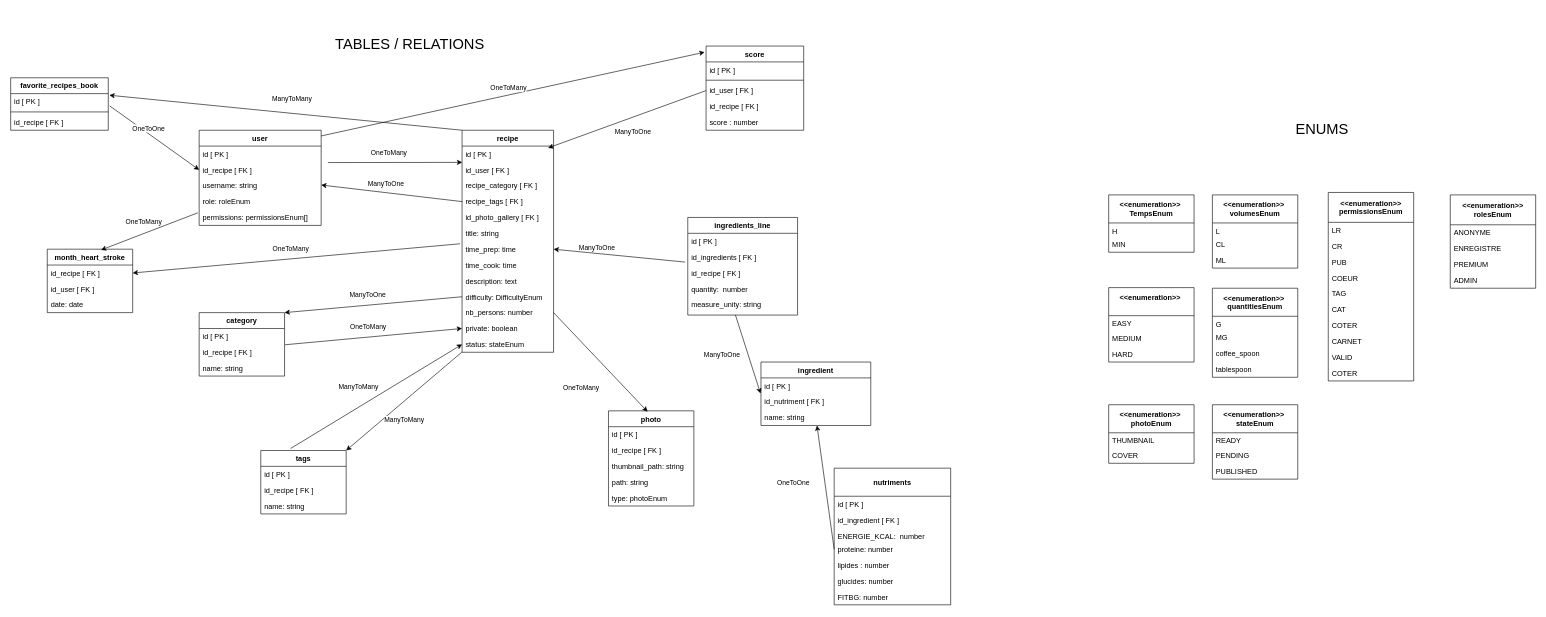
This is diagramme-recettes.drawio from Thomas088/diagramme-cuisine, a draw.io file, before an edit. Source tidied: cells renumbered, new cells numbered last; positions are measured from the earlier drawing's top-left corner, leaving out a move shared by most shapes. Both pictures are drawn from the tidied source at 61%, with x=0, y=0 at pixel (10, 10).
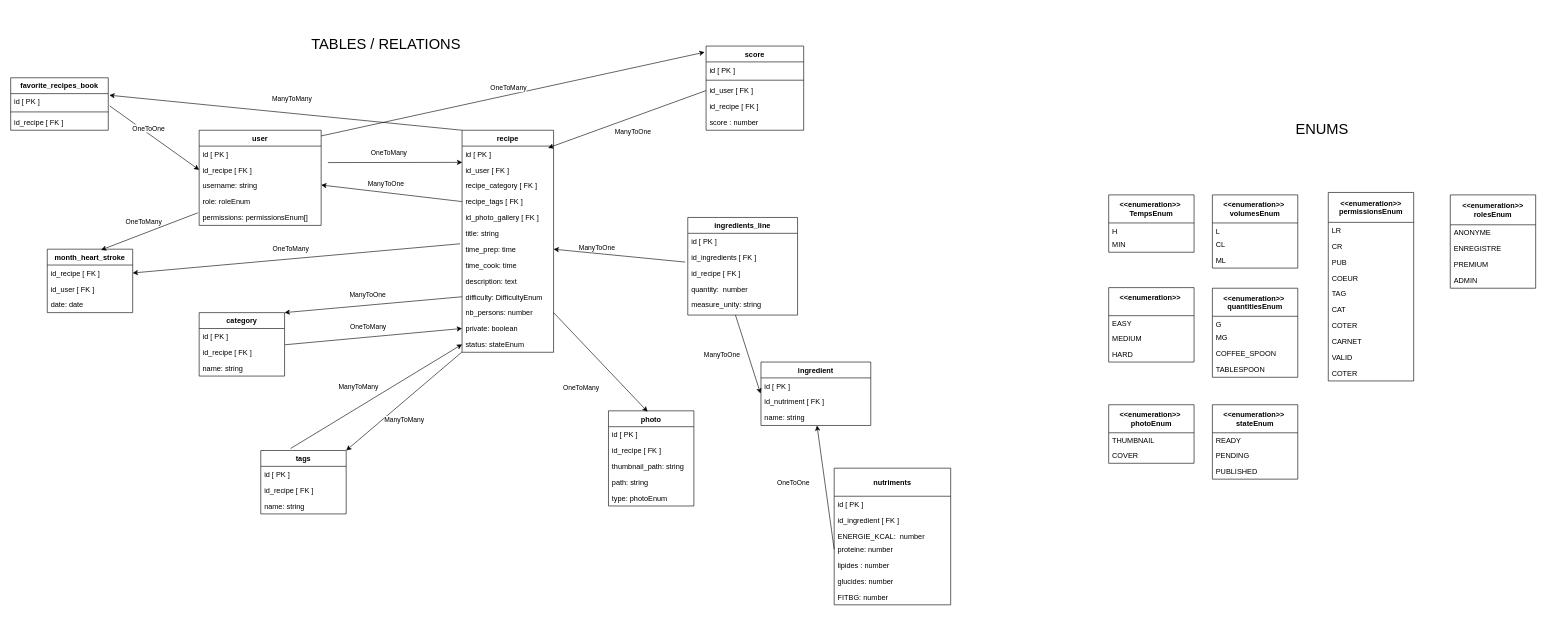
After the change.

The change refers to these unchanged cells:
```xml
<mxCell id="78" value="&lt;&lt;enumeration&gt;&gt; &#10;quantitiesEnum" style="swimlane;fontStyle=1;horizontal=1;startSize=46;fillColor=none;" parent="1" vertex="1">
  <mxGeometry x="1970" y="455" width="140" height="146" as="geometry" />
</mxCell>
```

What changed in the source:
```diff
@@
     <mxCell id="3" value="&lt;span style=&quot;font-size: 24px&quot;&gt;TABLES / RELATIONS&lt;/span&gt;" style="text;html=1;strokeColor=none;fillColor=none;align=center;verticalAlign=middle;whiteSpace=wrap;rounded=0;" parent="1" vertex="1">
-      <mxGeometry x="509" width="291" height="110" as="geometry" />
+      <mxGeometry x="470" width="291" height="110" as="geometry" />
     </mxCell>
@@
-    <mxCell id="81" value="coffee_spoon" style="text;strokeColor=none;fillColor=none;align=left;verticalAlign=top;spacingLeft=4;spacingRight=4;overflow=hidden;" parent="78" vertex="1">
+    <mxCell id="81" value="COFFEE_SPOON" style="text;strokeColor=none;fillColor=none;align=left;verticalAlign=top;spacingLeft=4;spacingRight=4;overflow=hidden;" parent="78" vertex="1">
       <mxGeometry y="94" width="140" height="26" as="geometry" />
     </mxCell>
-    <mxCell id="82" value="tablespoon" style="text;strokeColor=none;fillColor=none;align=left;verticalAlign=top;spacingLeft=4;spacingRight=4;overflow=hidden;" parent="78" vertex="1">
+    <mxCell id="82" value="TABLESPOON" style="text;strokeColor=none;fillColor=none;align=left;verticalAlign=top;spacingLeft=4;spacingRight=4;overflow=hidden;" parent="78" vertex="1">
       <mxGeometry y="120" width="140" height="26" as="geometry" />
     </mxCell>
```
